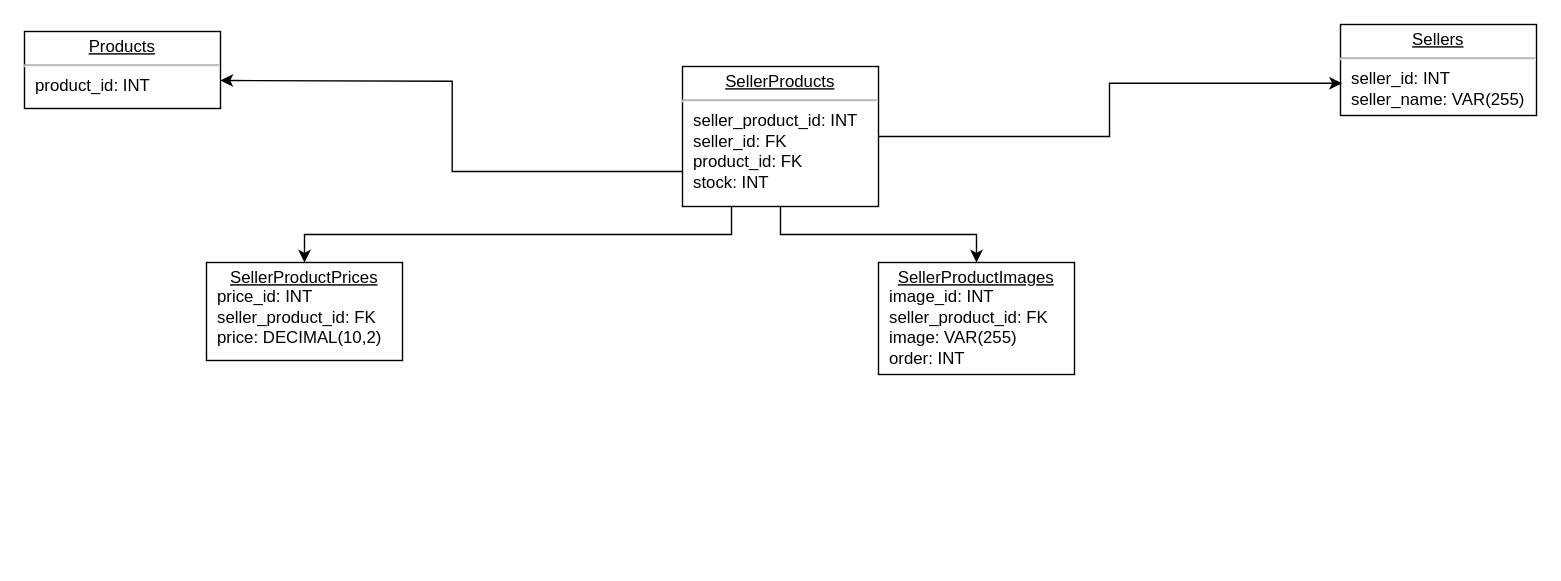
This is Диаграмма без названия.drawio from vinter-man/db_draw_io, a draw.io file, before an edit. Source tidied: cells renumbered, new cells numbered last; positions are measured from the earlier drawing's top-left corner, leaving out a move shared by most shapes. Both pictures are drawn from the tidied source at 140%, with x=0, y=0 at pixel (24, 24).
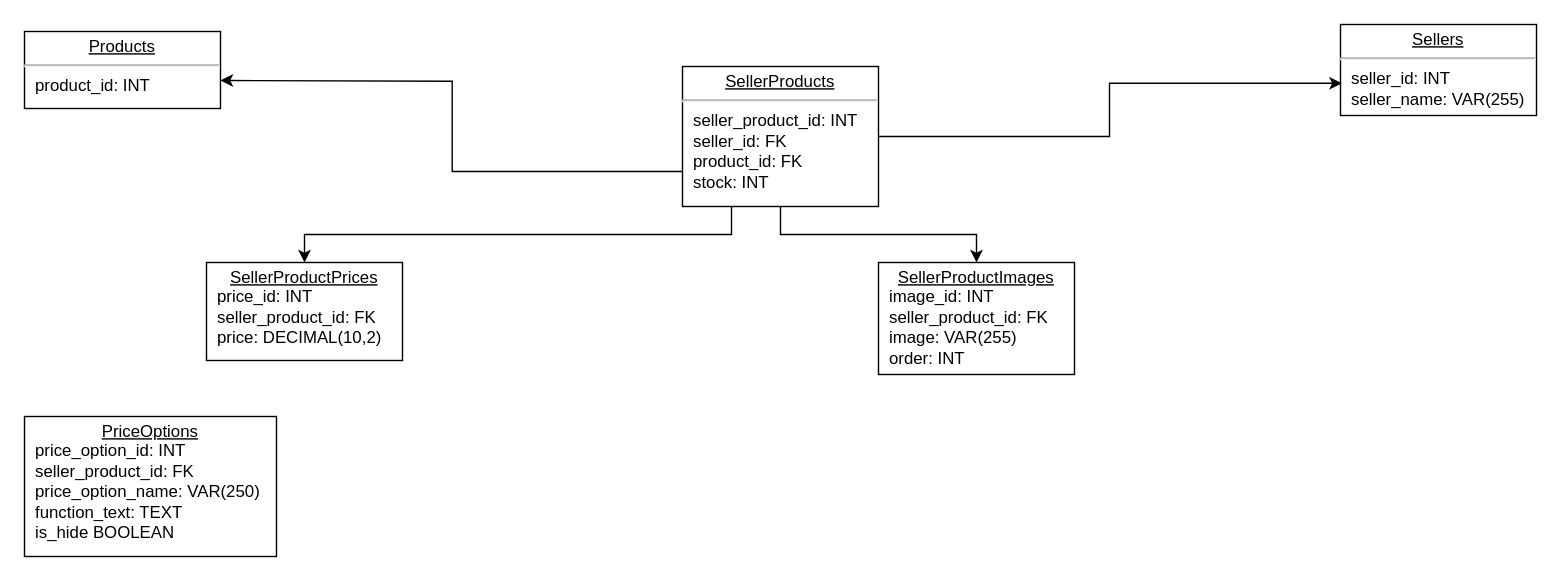
The same diagram, later.

The edit, as a diff of the source:
```diff
@@
 <mxGraphModel>
   <root>
     <mxCell id="0" />
     <mxCell id="1" parent="0" />
     <mxCell id="2" value="&lt;p style=&quot;margin: 0px ; margin-top: 4px ; text-align: center ; text-decoration: underline&quot;&gt;Products&lt;/p&gt;&lt;hr&gt;&lt;p style=&quot;margin: 0px ; margin-left: 8px&quot;&gt;product_id: INT&lt;/p&gt;&lt;p style=&quot;margin: 0px ; margin-left: 8px&quot;&gt;&lt;br&gt;&lt;/p&gt;" style="verticalAlign=top;align=left;overflow=fill;fontSize=12;fontFamily=Helvetica;html=1;rounded=0;shadow=0;comic=0;labelBackgroundColor=none;strokeWidth=1;" parent="1" vertex="1">
       <mxGeometry y="5" width="140" height="55" as="geometry" />
     </mxCell>
     <mxCell id="3" value="&lt;p style=&quot;margin: 0px ; margin-top: 4px ; text-align: center ; text-decoration: underline&quot;&gt;Sellers&lt;/p&gt;&lt;hr&gt;&lt;p style=&quot;margin: 0px ; margin-left: 8px&quot;&gt;seller_id: INT&lt;/p&gt;&lt;p style=&quot;margin: 0px ; margin-left: 8px&quot;&gt;seller_name: VAR(255)&lt;/p&gt;&lt;p style=&quot;margin: 0px ; margin-left: 8px&quot;&gt;&lt;br&gt;&lt;/p&gt;" style="verticalAlign=top;align=left;overflow=fill;fontSize=12;fontFamily=Helvetica;html=1;rounded=0;shadow=0;comic=0;labelBackgroundColor=none;strokeWidth=1;" parent="1" vertex="1">
       <mxGeometry x="940" width="140" height="65" as="geometry" />
     </mxCell>
     <mxCell id="4" style="edgeStyle=orthogonalEdgeStyle;rounded=0;jettySize=auto;html=1;entryX=0.007;entryY=0.646;entryDx=0;entryDy=0;entryPerimeter=0;" parent="1" edge="1" source="8" target="3">
       <mxGeometry relative="1" as="geometry" />
     </mxCell>
     <mxCell id="5" style="edgeStyle=orthogonalEdgeStyle;rounded=0;jettySize=auto;html=1;exitX=0;exitY=0.75;exitDx=0;exitDy=0;" parent="1" edge="1" source="8">
       <mxGeometry relative="1" as="geometry">
         <mxPoint x="140" y="40" as="targetPoint" />
       </mxGeometry>
     </mxCell>
     <mxCell id="6" style="edgeStyle=orthogonalEdgeStyle;rounded=0;jettySize=auto;html=1;" parent="1" edge="1" source="8" target="9">
       <mxGeometry relative="1" as="geometry" />
     </mxCell>
     <mxCell id="7" style="edgeStyle=orthogonalEdgeStyle;rounded=0;jettySize=auto;html=1;exitX=0.25;exitY=1;exitDx=0;exitDy=0;" parent="1" edge="1" source="8" target="10">
       <mxGeometry relative="1" as="geometry" />
     </mxCell>
     <mxCell id="8" value="&lt;p style=&quot;margin: 0px ; margin-top: 4px ; text-align: center ; text-decoration: underline&quot;&gt;SellerProducts&lt;/p&gt;&lt;hr&gt;&lt;p style=&quot;margin: 0px ; margin-left: 8px&quot;&gt;seller_product_id: INT&lt;/p&gt;&lt;p style=&quot;margin: 0px ; margin-left: 8px&quot;&gt;seller_id: FK&lt;/p&gt;&lt;p style=&quot;margin: 0px ; margin-left: 8px&quot;&gt;product_id: FK&lt;/p&gt;&lt;p style=&quot;margin: 0px ; margin-left: 8px&quot;&gt;stock: INT&lt;br&gt;&lt;/p&gt;&lt;p style=&quot;margin: 0px ; margin-left: 8px&quot;&gt;&lt;br&gt;&lt;/p&gt;" style="verticalAlign=top;align=left;overflow=fill;fontSize=12;fontFamily=Helvetica;html=1;rounded=0;shadow=0;comic=0;labelBackgroundColor=none;strokeWidth=1;" parent="1" vertex="1">
       <mxGeometry x="470" y="30" width="140" height="100" as="geometry" />
     </mxCell>
     <mxCell id="9" value="&lt;p style=&quot;margin: 0px ; margin-top: 4px ; text-align: center ; text-decoration: underline&quot;&gt;SellerProductImages&lt;/p&gt;&lt;p style=&quot;margin: 0px ; margin-left: 8px&quot;&gt;image_id: INT&lt;/p&gt;&lt;p style=&quot;margin: 0px ; margin-left: 8px&quot;&gt;seller_product_id: FK&lt;/p&gt;&lt;p style=&quot;margin: 0px ; margin-left: 8px&quot;&gt;image: VAR(255)&lt;/p&gt;&lt;p style=&quot;margin: 0px ; margin-left: 8px&quot;&gt;order: INT&lt;br&gt;&lt;/p&gt;&lt;p style=&quot;margin: 0px ; margin-left: 8px&quot;&gt;&lt;br&gt;&lt;/p&gt;" style="verticalAlign=top;align=left;overflow=fill;fontSize=12;fontFamily=Helvetica;html=1;rounded=0;shadow=0;comic=0;labelBackgroundColor=none;strokeWidth=1;" parent="1" vertex="1">
       <mxGeometry x="610" y="170" width="140" height="80" as="geometry" />
     </mxCell>
     <mxCell id="10" value="&lt;p style=&quot;margin: 0px ; margin-top: 4px ; text-align: center ; text-decoration: underline&quot;&gt;SellerProductPrices&lt;/p&gt;&lt;p style=&quot;margin: 0px ; margin-left: 8px&quot;&gt;price_id: INT&lt;/p&gt;&lt;p style=&quot;margin: 0px ; margin-left: 8px&quot;&gt;seller_product_id: FK&lt;/p&gt;&lt;p style=&quot;margin: 0px ; margin-left: 8px&quot;&gt;price: DECIMAL(10,2)&lt;/p&gt;&lt;p style=&quot;margin: 0px ; margin-left: 8px&quot;&gt;&lt;br&gt;&lt;/p&gt;&lt;p style=&quot;margin: 0px ; margin-left: 8px&quot;&gt;&lt;br&gt;&lt;/p&gt;" style="verticalAlign=top;align=left;overflow=fill;fontSize=12;fontFamily=Helvetica;html=1;rounded=0;shadow=0;comic=0;labelBackgroundColor=none;strokeWidth=1;" parent="1" vertex="1">
       <mxGeometry x="130" y="170" width="140" height="70" as="geometry" />
     </mxCell>
+    <mxCell id="11" value="&lt;p style=&quot;margin: 0px ; margin-top: 4px ; text-align: center ; text-decoration: underline&quot;&gt;PriceOptions&lt;/p&gt;&lt;p style=&quot;margin: 0px ; margin-left: 8px&quot;&gt;price_option_id: INT&lt;/p&gt;&lt;p style=&quot;margin: 0px ; margin-left: 8px&quot;&gt;seller_product_id: FK&lt;/p&gt;&lt;p style=&quot;margin: 0px ; margin-left: 8px&quot;&gt;price_option_name: VAR(250)&lt;/p&gt;&lt;p style=&quot;margin: 0px ; margin-left: 8px&quot;&gt;function_text: TEXT&lt;br&gt;&lt;/p&gt;&lt;p style=&quot;margin: 0px ; margin-left: 8px&quot;&gt;is_hide BOOLEAN&lt;br&gt;&lt;/p&gt;&lt;p style=&quot;margin: 0px ; margin-left: 8px&quot;&gt;&lt;span style=&quot;font-family: &amp;quot;Helvetica Neue&amp;quot;; font-size: 13px;&quot;&gt;&amp;nbsp;&lt;/span&gt;&lt;/p&gt;&lt;p style=&quot;margin: 0px ; margin-left: 8px&quot;&gt;&lt;br&gt;&lt;/p&gt;&lt;p style=&quot;margin: 0px ; margin-left: 8px&quot;&gt;&lt;br&gt;&lt;/p&gt;" style="verticalAlign=top;align=left;overflow=fill;fontSize=12;fontFamily=Helvetica;html=1;rounded=0;shadow=0;comic=0;labelBackgroundColor=none;strokeWidth=1;" parent="1" vertex="1">
+      <mxGeometry y="280" width="180" height="100" as="geometry" />
+    </mxCell>
   </root>
 </mxGraphModel>
```
